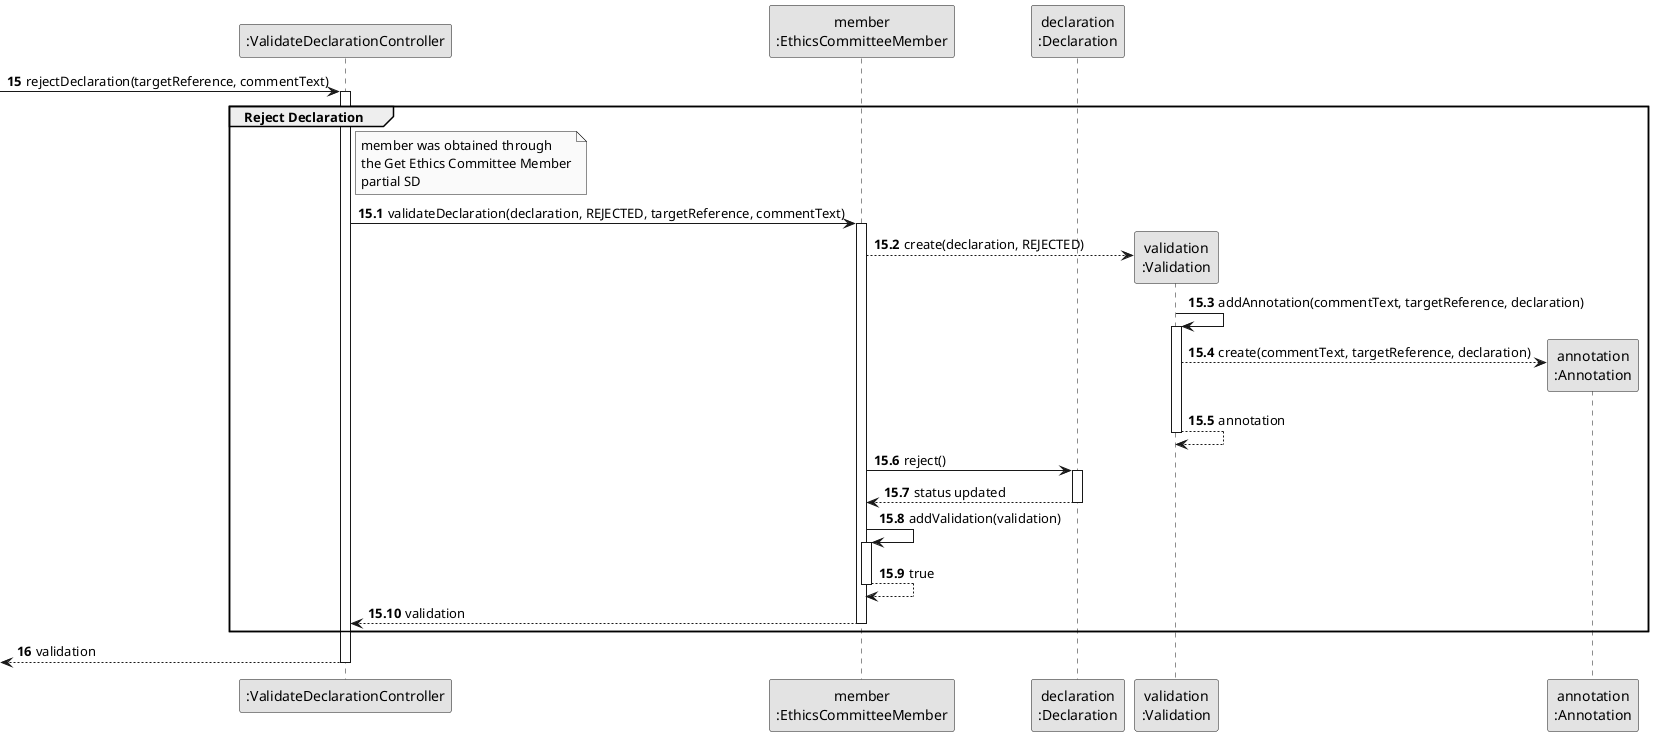
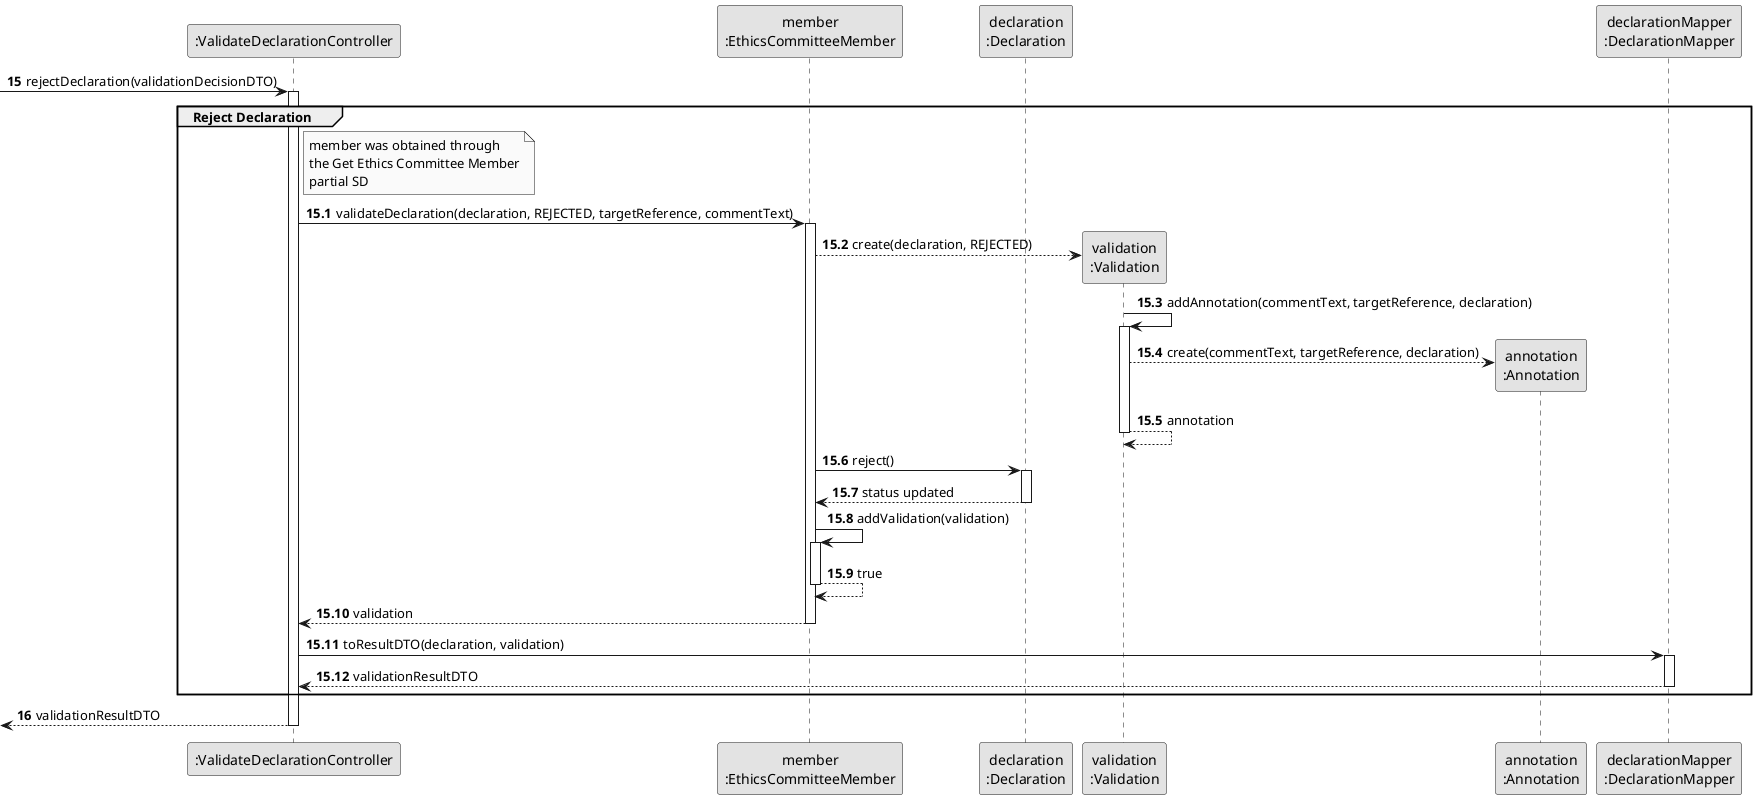
@startuml
skinparam monochrome true
skinparam packageStyle rectangle
skinparam shadowing false

participant ":ValidateDeclarationController" as CTRL
participant "member\n:EthicsCommitteeMember" as MEMBER
participant "declaration\n:Declaration" as DECL
participant "validation\n:Validation" as VALIDATION
participant "annotation\n:Annotation" as ANNOTATION
+ participant "declarationMapper\n:DeclarationMapper" as MAPPER

autonumber 15
- -> CTRL : rejectDeclaration(targetReference, commentText)
+ -> CTRL : rejectDeclaration(validationDecisionDTO)

autonumber 15.1
activate CTRL

    group Reject Declaration

        note right of CTRL
            member was obtained through
            the Get Ethics Committee Member
            partial SD
        end note

        CTRL -> MEMBER : validateDeclaration(declaration, REJECTED, targetReference, commentText)
        activate MEMBER
            MEMBER --> VALIDATION** : create(declaration, REJECTED)

            VALIDATION -> VALIDATION : addAnnotation(commentText, targetReference, declaration)
            activate VALIDATION
                VALIDATION --> ANNOTATION** : create(commentText, targetReference, declaration)
                VALIDATION --> VALIDATION : annotation
            deactivate VALIDATION

            MEMBER -> DECL : reject()
            activate DECL
                DECL --> MEMBER : status updated
            deactivate DECL

            MEMBER -> MEMBER : addValidation(validation)
            activate MEMBER
                MEMBER --> MEMBER : true
            deactivate MEMBER

            MEMBER --> CTRL : validation
        deactivate MEMBER

+         CTRL -> MAPPER : toResultDTO(declaration, validation)
+         activate MAPPER
+             MAPPER --> CTRL : validationResultDTO
+         deactivate MAPPER
+ 
    end

    autonumber 16
-     <-- CTRL : validation
+     <-- CTRL : validationResultDTO

deactivate CTRL

@enduml
